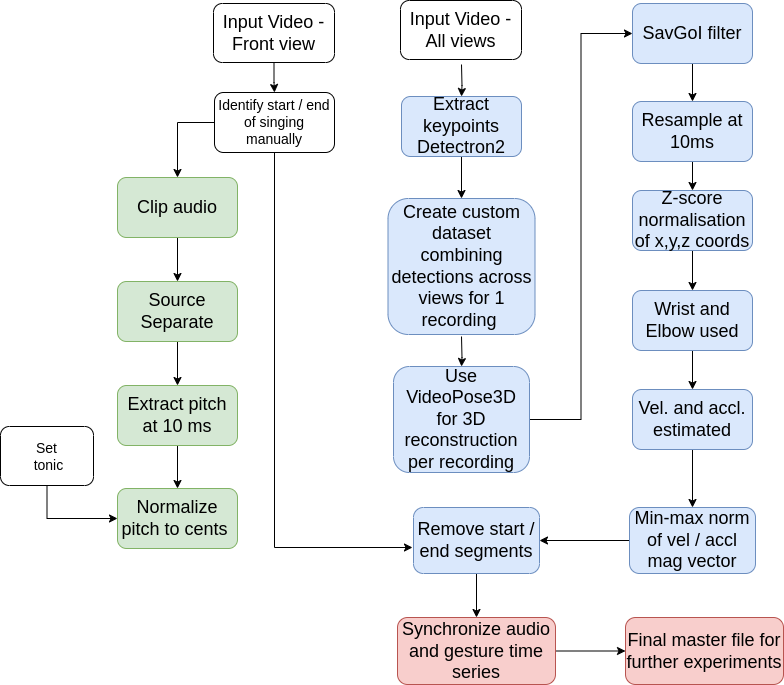
Above: Process3D.png in sujoyrc/hindustani_raga_dataset_processing (draw.io), before the change. Source tidied: cells renumbered, new cells last; positions are measured from the earlier drawing's top-left corner, leaving out a move shared by most shapes. Its diagram source:
```xml
<mxGraphModel>
  <root>
    <mxCell id="0" />
    <mxCell id="1" parent="0" />
    <mxCell id="2" style="edgeStyle=orthogonalEdgeStyle;rounded=0;jettySize=auto;html=1;" parent="1" edge="1" source="3" target="26">
      <mxGeometry relative="1" as="geometry" />
    </mxCell>
    <mxCell id="3" value="&lt;font style=&quot;font-size: 18px;&quot;&gt;Input Video -&lt;br&gt;Front view&lt;br&gt;&lt;/font&gt;" style="rounded=1;whiteSpace=wrap;html=1;" parent="1" vertex="1">
      <mxGeometry x="213" y="3" width="121" height="59" as="geometry" />
    </mxCell>
    <mxCell id="4" style="edgeStyle=orthogonalEdgeStyle;rounded=0;jettySize=auto;html=1;exitX=0.5;exitY=1;exitDx=0;exitDy=0;" parent="1" edge="1" source="5" target="7">
      <mxGeometry relative="1" as="geometry" />
    </mxCell>
    <mxCell id="5" value="&lt;font style=&quot;font-size: 18px;&quot;&gt;Source Separate&lt;/font&gt;" style="rounded=1;whiteSpace=wrap;html=1;fillColor=#d5e8d4;strokeColor=#82b366;" parent="1" vertex="1">
      <mxGeometry x="117" y="281" width="120" height="60" as="geometry" />
    </mxCell>
    <mxCell id="6" style="edgeStyle=orthogonalEdgeStyle;rounded=0;jettySize=auto;html=1;exitX=0.5;exitY=1;exitDx=0;exitDy=0;" parent="1" edge="1" source="7" target="29">
      <mxGeometry relative="1" as="geometry" />
    </mxCell>
    <mxCell id="7" value="Extract pitch at 10 ms" style="rounded=1;whiteSpace=wrap;html=1;fontSize=18;fillColor=#d5e8d4;strokeColor=#82b366;" parent="1" vertex="1">
      <mxGeometry x="117" y="385" width="120" height="60" as="geometry" />
    </mxCell>
    <mxCell id="8" style="edgeStyle=orthogonalEdgeStyle;rounded=0;jettySize=auto;html=1;fontSize=18;" parent="1" edge="1" target="10">
      <mxGeometry relative="1" as="geometry">
        <mxPoint x="461" y="64" as="sourcePoint" />
      </mxGeometry>
    </mxCell>
    <mxCell id="9" style="edgeStyle=orthogonalEdgeStyle;rounded=0;jettySize=auto;html=1;fontSize=18;" parent="1" edge="1" source="10" target="11">
      <mxGeometry relative="1" as="geometry" />
    </mxCell>
    <mxCell id="10" value="Extract keypoints Detectron2" style="rounded=1;whiteSpace=wrap;html=1;fontSize=18;fillColor=#dae8fc;strokeColor=#6c8ebf;" parent="1" vertex="1">
      <mxGeometry x="401" y="96" width="120" height="60" as="geometry" />
    </mxCell>
    <mxCell id="11" value="Create custom dataset combining detections across views for 1 recording&amp;nbsp;" style="rounded=1;whiteSpace=wrap;html=1;fontSize=18;fillColor=#dae8fc;strokeColor=#6c8ebf;" parent="1" vertex="1">
      <mxGeometry x="387.5" y="198" width="147" height="136" as="geometry" />
    </mxCell>
    <mxCell id="12" style="edgeStyle=orthogonalEdgeStyle;rounded=0;jettySize=auto;html=1;fontSize=18;" parent="1" edge="1" target="14">
      <mxGeometry relative="1" as="geometry">
        <mxPoint x="461" y="336" as="sourcePoint" />
      </mxGeometry>
    </mxCell>
    <mxCell id="13" style="edgeStyle=orthogonalEdgeStyle;rounded=0;jettySize=auto;html=1;entryX=0;entryY=0.5;entryDx=0;entryDy=0;" parent="1" edge="1" source="14" target="38">
      <mxGeometry relative="1" as="geometry" />
    </mxCell>
    <mxCell id="14" value="Use VideoPose3D for 3D reconstruction per recording" style="rounded=1;whiteSpace=wrap;html=1;fontSize=18;fillColor=#dae8fc;strokeColor=#6c8ebf;" parent="1" vertex="1">
      <mxGeometry x="393" y="366" width="136" height="106" as="geometry" />
    </mxCell>
    <mxCell id="15" style="edgeStyle=orthogonalEdgeStyle;rounded=0;jettySize=auto;html=1;fontSize=18;" parent="1" edge="1" source="16" target="18">
      <mxGeometry relative="1" as="geometry" />
    </mxCell>
    <mxCell id="16" value="Resample at 10ms" style="rounded=1;whiteSpace=wrap;html=1;fontSize=18;fillColor=#dae8fc;strokeColor=#6c8ebf;" parent="1" vertex="1">
      <mxGeometry x="632" y="101" width="120" height="60" as="geometry" />
    </mxCell>
    <mxCell id="17" style="edgeStyle=orthogonalEdgeStyle;rounded=0;jettySize=auto;html=1;fontSize=18;" parent="1" edge="1" source="18" target="20">
      <mxGeometry relative="1" as="geometry" />
    </mxCell>
    <mxCell id="18" value="Z-score normalisation of x,y,z coords" style="rounded=1;whiteSpace=wrap;html=1;fontSize=18;fillColor=#dae8fc;strokeColor=#6c8ebf;" parent="1" vertex="1">
      <mxGeometry x="632" y="190" width="120" height="60" as="geometry" />
    </mxCell>
    <mxCell id="19" style="edgeStyle=orthogonalEdgeStyle;rounded=0;jettySize=auto;html=1;fontSize=18;" parent="1" edge="1" source="20" target="22">
      <mxGeometry relative="1" as="geometry" />
    </mxCell>
    <mxCell id="20" value="Wrist and Elbow used" style="rounded=1;whiteSpace=wrap;html=1;fontSize=18;fillColor=#dae8fc;strokeColor=#6c8ebf;" parent="1" vertex="1">
      <mxGeometry x="632" y="290" width="120" height="60" as="geometry" />
    </mxCell>
    <mxCell id="21" style="edgeStyle=orthogonalEdgeStyle;rounded=0;jettySize=auto;html=1;" parent="1" edge="1" source="22" target="24">
      <mxGeometry relative="1" as="geometry" />
    </mxCell>
    <mxCell id="22" value="Vel. and accl. estimated" style="rounded=1;whiteSpace=wrap;html=1;fontSize=18;fillColor=#dae8fc;strokeColor=#6c8ebf;" parent="1" vertex="1">
      <mxGeometry x="632" y="389" width="120" height="60" as="geometry" />
    </mxCell>
    <mxCell id="23" style="edgeStyle=orthogonalEdgeStyle;rounded=0;jettySize=auto;html=1;exitX=0;exitY=0.5;exitDx=0;exitDy=0;entryX=1;entryY=0.5;entryDx=0;entryDy=0;" parent="1" edge="1" source="24" target="33">
      <mxGeometry relative="1" as="geometry" />
    </mxCell>
    <mxCell id="24" value="Min-max norm of vel / accl mag vector" style="rounded=1;whiteSpace=wrap;html=1;fontSize=18;fillColor=#dae8fc;strokeColor=#6c8ebf;" parent="1" vertex="1">
      <mxGeometry x="629" y="507" width="126" height="66" as="geometry" />
    </mxCell>
    <mxCell id="25" style="edgeStyle=orthogonalEdgeStyle;rounded=0;jettySize=auto;html=1;exitX=0;exitY=0.5;exitDx=0;exitDy=0;entryX=0.5;entryY=0;entryDx=0;entryDy=0;" parent="1" edge="1" source="26" target="28">
      <mxGeometry relative="1" as="geometry" />
    </mxCell>
    <mxCell id="26" value="&lt;font style=&quot;font-size: 14px;&quot;&gt;Identify start / end of singing manually&lt;/font&gt;" style="rounded=1;whiteSpace=wrap;html=1;" parent="1" vertex="1">
      <mxGeometry x="214" y="92" width="120" height="60" as="geometry" />
    </mxCell>
    <mxCell id="27" style="edgeStyle=orthogonalEdgeStyle;rounded=0;jettySize=auto;html=1;" parent="1" edge="1" source="28" target="5">
      <mxGeometry relative="1" as="geometry" />
    </mxCell>
    <mxCell id="28" value="&lt;font style=&quot;font-size: 18px;&quot;&gt;Clip audio&lt;/font&gt;" style="rounded=1;whiteSpace=wrap;html=1;fillColor=#d5e8d4;strokeColor=#82b366;" parent="1" vertex="1">
      <mxGeometry x="117" y="177" width="120" height="60" as="geometry" />
    </mxCell>
    <mxCell id="29" value="Normalize pitch to cents&amp;nbsp;" style="rounded=1;whiteSpace=wrap;html=1;fontSize=18;fillColor=#d5e8d4;strokeColor=#82b366;" parent="1" vertex="1">
      <mxGeometry x="117" y="488" width="120" height="60" as="geometry" />
    </mxCell>
    <mxCell id="30" style="edgeStyle=orthogonalEdgeStyle;rounded=0;jettySize=auto;html=1;exitX=1;exitY=0.5;exitDx=0;exitDy=0;entryX=0;entryY=0.5;entryDx=0;entryDy=0;" parent="1" edge="1" source="31" target="35">
      <mxGeometry relative="1" as="geometry" />
    </mxCell>
    <mxCell id="31" value="&lt;font style=&quot;font-size: 18px;&quot;&gt;Synchronize audio and gesture time series&lt;/font&gt;" style="rounded=1;whiteSpace=wrap;html=1;fillColor=#f8cecc;strokeColor=#b85450;" parent="1" vertex="1">
      <mxGeometry x="397" y="617" width="158" height="67" as="geometry" />
    </mxCell>
    <mxCell id="32" style="edgeStyle=orthogonalEdgeStyle;rounded=0;jettySize=auto;html=1;exitX=0.5;exitY=1;exitDx=0;exitDy=0;entryX=0.5;entryY=0;entryDx=0;entryDy=0;" parent="1" edge="1" source="33" target="31">
      <mxGeometry relative="1" as="geometry" />
    </mxCell>
    <mxCell id="33" value="Remove start / end segments" style="rounded=1;whiteSpace=wrap;html=1;fontSize=18;fillColor=#dae8fc;strokeColor=#6c8ebf;" parent="1" vertex="1">
      <mxGeometry x="413" y="507" width="126" height="66" as="geometry" />
    </mxCell>
    <mxCell id="34" style="edgeStyle=orthogonalEdgeStyle;rounded=0;jettySize=auto;html=1;exitX=0.5;exitY=1;exitDx=0;exitDy=0;entryX=-0.008;entryY=0.606;entryDx=0;entryDy=0;entryPerimeter=0;" parent="1" edge="1" source="26" target="33">
      <mxGeometry relative="1" as="geometry" />
    </mxCell>
    <mxCell id="35" value="&lt;font style=&quot;font-size: 18px;&quot;&gt;Final master file for further experiments&lt;/font&gt;" style="rounded=1;whiteSpace=wrap;html=1;fillColor=#f8cecc;strokeColor=#b85450;" parent="1" vertex="1">
      <mxGeometry x="625" y="617" width="158" height="67" as="geometry" />
    </mxCell>
    <mxCell id="36" value="&lt;font style=&quot;font-size: 18px;&quot;&gt;Input Video -&lt;br&gt;All views&lt;br&gt;&lt;/font&gt;" style="rounded=1;whiteSpace=wrap;html=1;" parent="1" vertex="1">
      <mxGeometry x="400" width="121" height="59" as="geometry" />
    </mxCell>
    <mxCell id="37" style="edgeStyle=orthogonalEdgeStyle;rounded=0;jettySize=auto;html=1;" parent="1" edge="1" source="38" target="16">
      <mxGeometry relative="1" as="geometry" />
    </mxCell>
    <mxCell id="38" value="SavGoI filter" style="rounded=1;whiteSpace=wrap;html=1;fontSize=18;fillColor=#dae8fc;strokeColor=#6c8ebf;" parent="1" vertex="1">
      <mxGeometry x="632" y="3" width="120" height="60" as="geometry" />
    </mxCell>
    <mxCell id="39" style="edgeStyle=orthogonalEdgeStyle;rounded=0;jettySize=auto;html=1;exitX=0.5;exitY=1;exitDx=0;exitDy=0;entryX=0;entryY=0.5;entryDx=0;entryDy=0;" parent="1" edge="1" source="40" target="29">
      <mxGeometry relative="1" as="geometry" />
    </mxCell>
    <mxCell id="40" value="&lt;font style=&quot;font-size: 14px;&quot;&gt;Set&lt;br&gt;&amp;nbsp;tonic&lt;/font&gt;" style="rounded=1;whiteSpace=wrap;html=1;" parent="1" vertex="1">
      <mxGeometry y="426" width="93" height="59" as="geometry" />
    </mxCell>
  </root>
</mxGraphModel>
```
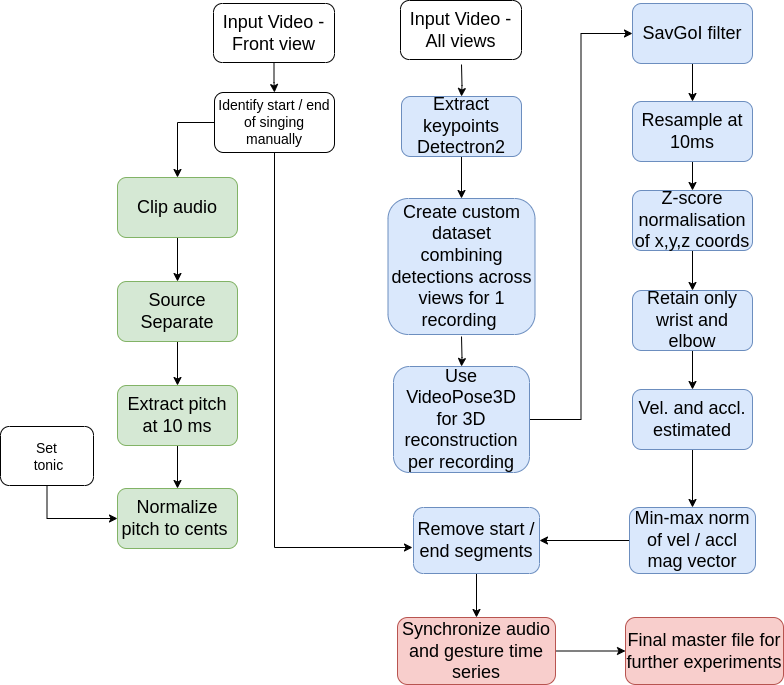
The same diagram one commit later.

The edit, as a diff of the source:
```diff
@@ -60,7 +60,7 @@
     <mxCell id="19" style="edgeStyle=orthogonalEdgeStyle;rounded=0;jettySize=auto;html=1;fontSize=18;" parent="1" edge="1" source="20" target="22">
       <mxGeometry relative="1" as="geometry" />
     </mxCell>
-    <mxCell id="20" value="Wrist and Elbow used" style="rounded=1;whiteSpace=wrap;html=1;fontSize=18;fillColor=#dae8fc;strokeColor=#6c8ebf;" parent="1" vertex="1">
+    <mxCell id="20" value="Retain only wrist and elbow" style="rounded=1;whiteSpace=wrap;html=1;fontSize=18;fillColor=#dae8fc;strokeColor=#6c8ebf;" parent="1" vertex="1">
       <mxGeometry x="632" y="290" width="120" height="60" as="geometry" />
     </mxCell>
     <mxCell id="21" style="edgeStyle=orthogonalEdgeStyle;rounded=0;jettySize=auto;html=1;" parent="1" edge="1" source="22" target="24">
```
